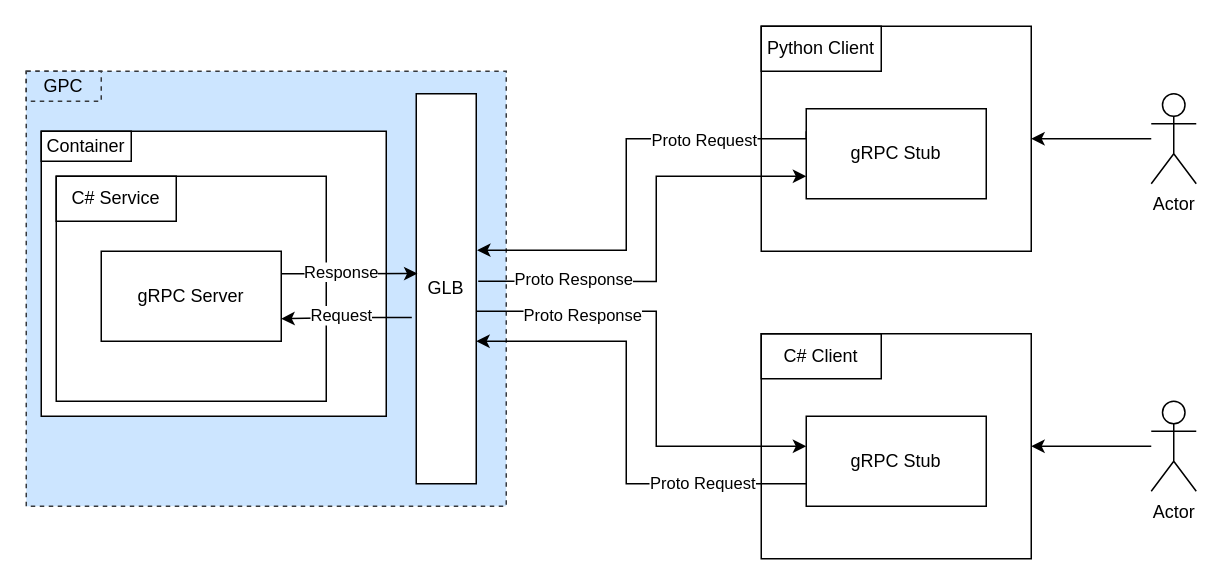
JohnNooney/grpc-demo keeps this draw.io diagram as page "Architecture" (1 of 4) of Docs/gRPC-Demo-Architecture.drawio. Above is the earlier version. Source tidied: cells renumbered, new cells numbered last; positions are measured from the earlier drawing's top-left corner, leaving out a move shared by most shapes. Both pictures are drawn from the tidied source at 150%, with x=0, y=0 at pixel (26, 26).
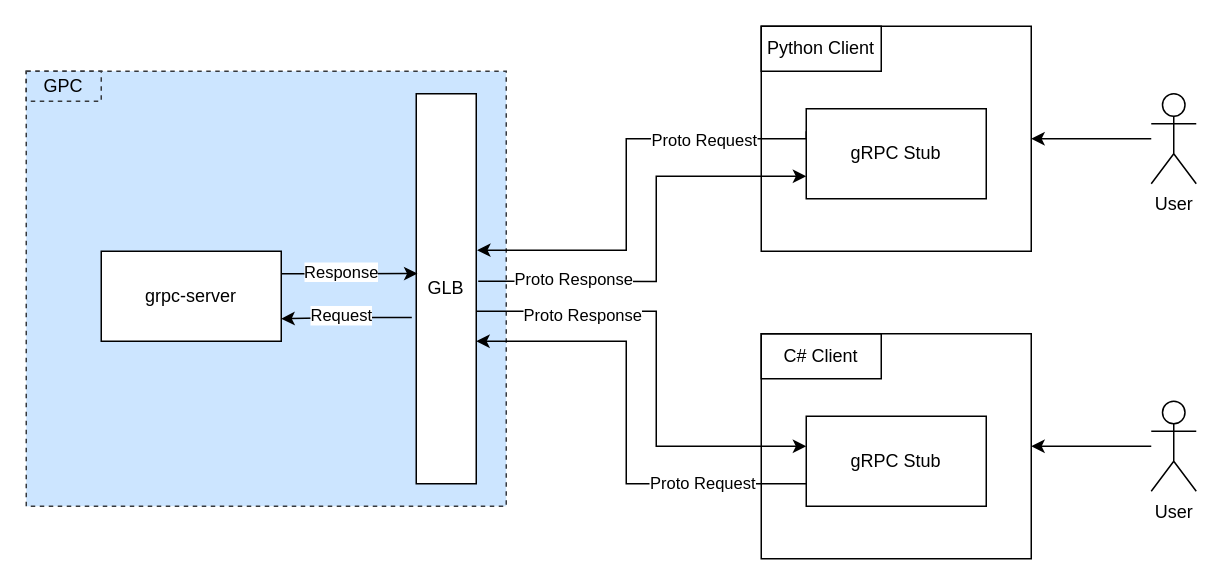
The same diagram, later.

Change to the diagram source:
```diff
@@
-    <mxCell id="3" style="rounded=0;whiteSpace=wrap;html=1;" parent="1" vertex="1">
-      <mxGeometry x="10" y="70" width="230" height="190" as="geometry" />
-    </mxCell>
@@
-    <mxCell id="5" style="rounded=0;whiteSpace=wrap;html=1;fillColor=default;" parent="1" vertex="1">
-      <mxGeometry x="20" y="100" width="180" height="150" as="geometry" />
-    </mxCell>
-    <mxCell id="6" value="gRPC Server" style="rounded=0;whiteSpace=wrap;html=1;" parent="1" vertex="1">
+    <mxCell id="6" value="grpc-server" style="rounded=0;whiteSpace=wrap;html=1;" parent="1" vertex="1">
       <mxGeometry x="50" y="150" width="120" height="60" as="geometry" />
     </mxCell>
-    <mxCell id="7" value="C# Service" style="rounded=0;whiteSpace=wrap;html=1;fillColor=none;" parent="1" vertex="1">
-      <mxGeometry x="20" y="100" width="80" height="30" as="geometry" />
-    </mxCell>
@@
-    <mxCell id="26" value="Container" style="rounded=0;whiteSpace=wrap;html=1;fillColor=none;" parent="1" vertex="1">
-      <mxGeometry x="10" y="70" width="60" height="20" as="geometry" />
-    </mxCell>
@@
-    <mxCell id="28" value="Actor" style="shape=umlActor;verticalLabelPosition=bottom;verticalAlign=top;html=1;outlineConnect=0;fillColor=default;" parent="1" vertex="1">
+    <mxCell id="28" value="User" style="shape=umlActor;verticalLabelPosition=bottom;verticalAlign=top;html=1;outlineConnect=0;fillColor=default;" parent="1" vertex="1">
       <mxGeometry x="750" y="45" width="30" height="60" as="geometry" />
     </mxCell>
@@
-    <mxCell id="30" value="Actor" style="shape=umlActor;verticalLabelPosition=bottom;verticalAlign=top;html=1;outlineConnect=0;fillColor=default;" parent="1" vertex="1">
+    <mxCell id="30" value="User" style="shape=umlActor;verticalLabelPosition=bottom;verticalAlign=top;html=1;outlineConnect=0;fillColor=default;" parent="1" vertex="1">
       <mxGeometry x="750" y="250" width="30" height="60" as="geometry" />
     </mxCell>
```
